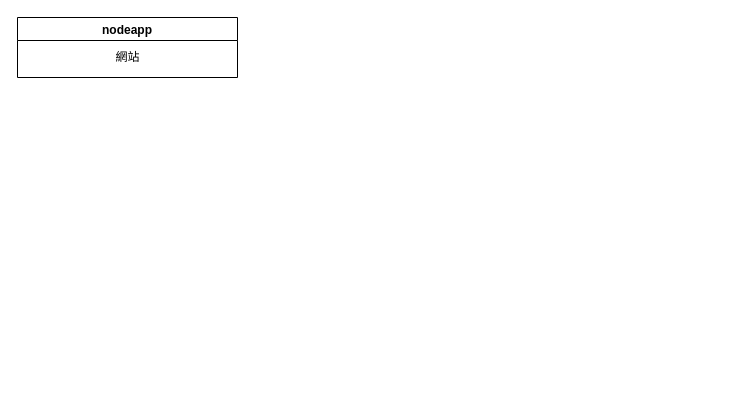
Above: screenshot/System.drawio in Benknightdark/OpenDataCollector (draw.io), before the change. Source tidied: cells renumbered, new cells numbered last; positions are measured from the earlier drawing's top-left corner, leaving out a move shared by most shapes. Both pictures are drawn from the tidied source at 100%, with x=0, y=0 at pixel (17, 17). Pictures stored in the file or linked from it are replaced by grey dashed boxes.
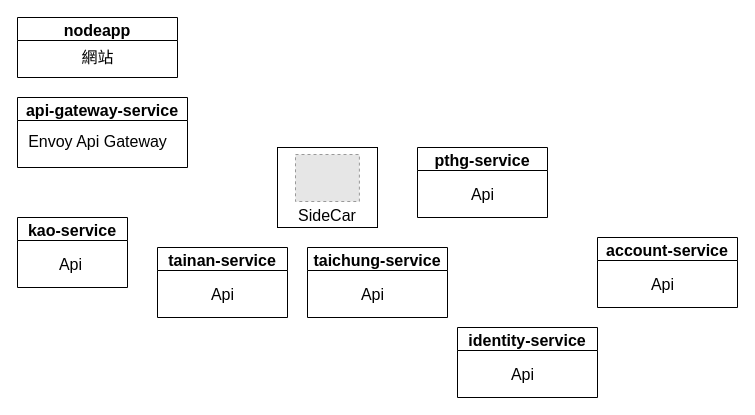
After the change.

Change to the diagram source:
```diff
@@
-    <mxCell id="2" value="nodeapp" style="swimlane;" parent="1" vertex="1">
-      <mxGeometry width="220" height="60" as="geometry" />
+    <mxCell id="2" value="nodeapp" style="swimlane;fontSize=16;" parent="1" vertex="1">
+      <mxGeometry width="160" height="60" as="geometry" />
     </mxCell>
-    <mxCell id="3" value="網站" style="text;html=1;align=center;verticalAlign=middle;strokeColor=none;" parent="2" vertex="1">
-      <mxGeometry x="90" y="30" width="40" height="20" as="geometry" />
+    <mxCell id="3" value="網站" style="text;html=1;align=center;verticalAlign=middle;strokeColor=none;fontSize=16;" parent="2" vertex="1">
+      <mxGeometry x="55" y="30" width="50" height="20" as="geometry" />
     </mxCell>
+    <mxCell id="4" style="group;" parent="1" vertex="1">
+      <mxGeometry x="260" y="130" width="100" height="80" as="geometry" />
+    </mxCell>
+    <mxCell id="5" value="&lt;br style=&quot;font-size: 16px&quot;&gt;SideCar" style="rounded=0;whiteSpace=wrap;html=1;verticalAlign=bottom;fontSize=16;" parent="4" vertex="1">
+      <mxGeometry width="100" height="80" as="geometry" />
+    </mxCell>
+    <mxCell id="6" style="fillColor=#E6E6E6;strokeColor=#999999;dashed=1;verticalLabelPosition=bottom;labelBackgroundColor=#ffffff;verticalAlign=top;fontSize=16;" parent="4" vertex="1">
+      <mxGeometry x="18" y="7" width="63.9" height="47" as="geometry" />
+    </mxCell>
+    <mxCell id="7" value="api-gateway-service" style="swimlane;fontSize=16;" parent="1" vertex="1">
+      <mxGeometry y="80" width="170" height="70" as="geometry" />
+    </mxCell>
+    <mxCell id="8" value="Envoy Api Gateway" style="text;html=1;align=center;verticalAlign=middle;strokeColor=none;fontSize=16;" parent="7" vertex="1">
+      <mxGeometry x="5" y="34" width="150" height="20" as="geometry" />
+    </mxCell>
+    <mxCell id="9" value="kao-service" style="swimlane;fontSize=16;" parent="1" vertex="1">
+      <mxGeometry y="200" width="110" height="70" as="geometry" />
+    </mxCell>
+    <mxCell id="10" value="Api" style="text;html=1;align=center;verticalAlign=middle;strokeColor=none;fontSize=16;" parent="9" vertex="1">
+      <mxGeometry x="33" y="37" width="40" height="20" as="geometry" />
+    </mxCell>
+    <mxCell id="11" value="tainan-service" style="swimlane;fontSize=16;" parent="1" vertex="1">
+      <mxGeometry x="140" y="230" width="130" height="70" as="geometry" />
+    </mxCell>
+    <mxCell id="12" value="Api" style="text;html=1;align=center;verticalAlign=middle;strokeColor=none;fontSize=16;" parent="11" vertex="1">
+      <mxGeometry x="45" y="37" width="40" height="20" as="geometry" />
+    </mxCell>
+    <mxCell id="13" value="taichung-service" style="swimlane;fontSize=16;" parent="1" vertex="1">
+      <mxGeometry x="290" y="230" width="140" height="70" as="geometry" />
+    </mxCell>
+    <mxCell id="14" value="Api" style="text;html=1;align=center;verticalAlign=middle;strokeColor=none;fontSize=16;" parent="13" vertex="1">
+      <mxGeometry x="45" y="37" width="40" height="20" as="geometry" />
+    </mxCell>
+    <mxCell id="15" value="identity-service" style="swimlane;fontSize=16;" parent="1" vertex="1">
+      <mxGeometry x="440" y="310" width="140" height="70" as="geometry" />
+    </mxCell>
+    <mxCell id="16" value="Api" style="text;html=1;align=center;verticalAlign=middle;strokeColor=none;fontSize=16;" parent="15" vertex="1">
+      <mxGeometry x="45" y="37" width="40" height="20" as="geometry" />
+    </mxCell>
+    <mxCell id="17" value="pthg-service" style="swimlane;fontSize=16;" parent="1" vertex="1">
+      <mxGeometry x="400" y="130" width="130" height="70" as="geometry" />
+    </mxCell>
+    <mxCell id="18" value="Api" style="text;html=1;align=center;verticalAlign=middle;strokeColor=none;fontSize=16;" parent="17" vertex="1">
+      <mxGeometry x="45" y="37" width="40" height="20" as="geometry" />
+    </mxCell>
+    <mxCell id="19" value="account-service" style="swimlane;fontSize=16;" parent="1" vertex="1">
+      <mxGeometry x="580" y="220" width="140" height="70" as="geometry" />
+    </mxCell>
+    <mxCell id="20" value="Api" style="text;html=1;align=center;verticalAlign=middle;strokeColor=none;fontSize=16;" parent="19" vertex="1">
+      <mxGeometry x="45" y="37" width="40" height="20" as="geometry" />
+    </mxCell>
```
